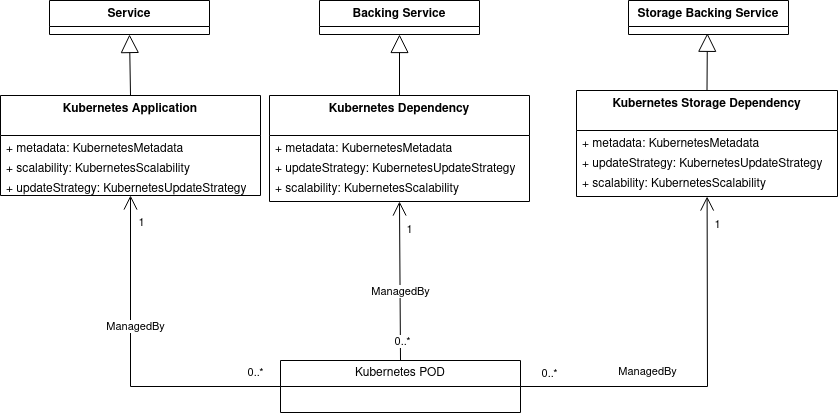
Above: cloud-native-tosca-profile/figures/cloud-template-kubernetes-specific-application-node-types.png in bl2-doutorado/artigo-sbqs-2025 (draw.io), before the change. Source tidied: cells renumbered, new cells last; positions are measured from the earlier drawing's top-left corner, leaving out a move shared by most shapes. Its diagram source:
```xml
<mxGraphModel>
  <root>
    <mxCell id="0" />
    <mxCell id="1" parent="0" />
    <mxCell id="2" value="&lt;div&gt;Service&lt;/div&gt;&lt;div&gt;&lt;br&gt;&lt;/div&gt;" style="swimlane;fontStyle=1;align=center;verticalAlign=top;horizontal=1;startSize=26;whiteSpace=wrap;html=1;" parent="1" vertex="1">
      <mxGeometry x="49" width="160" height="34" as="geometry" />
    </mxCell>
    <mxCell id="3" value="Storage Backing Service" style="swimlane;fontStyle=1;align=center;verticalAlign=top;horizontal=1;startSize=26;whiteSpace=wrap;html=1;" parent="1" vertex="1">
      <mxGeometry x="628" width="160" height="34" as="geometry" />
    </mxCell>
    <mxCell id="4" value="Backing Service" style="swimlane;fontStyle=1;align=center;verticalAlign=top;horizontal=1;startSize=26;whiteSpace=wrap;html=1;" parent="1" vertex="1">
      <mxGeometry x="319" width="160" height="34" as="geometry" />
    </mxCell>
    <mxCell id="5" value="&lt;div&gt;Kubernetes Application&lt;/div&gt;" style="swimlane;fontStyle=1;align=center;verticalAlign=top;horizontal=1;startSize=40;whiteSpace=wrap;html=1;" parent="1" vertex="1">
      <mxGeometry y="95" width="260" height="100" as="geometry" />
    </mxCell>
    <mxCell id="6" value="+ metadata: KubernetesMetadata" style="text;strokeColor=none;fillColor=none;align=left;verticalAlign=top;spacingLeft=4;spacingRight=4;overflow=hidden;whiteSpace=wrap;html=1;" parent="5" vertex="1">
      <mxGeometry y="40" width="260" height="20" as="geometry" />
    </mxCell>
    <mxCell id="7" value="+ scalability: KubernetesScalability" style="text;strokeColor=none;fillColor=none;align=left;verticalAlign=top;spacingLeft=4;spacingRight=4;overflow=hidden;whiteSpace=wrap;html=1;" parent="5" vertex="1">
      <mxGeometry y="60" width="260" height="20" as="geometry" />
    </mxCell>
    <mxCell id="8" value="+ updateStrategy: KubernetesUpdateStrategy" style="text;strokeColor=none;fillColor=none;align=left;verticalAlign=top;spacingLeft=4;spacingRight=4;overflow=hidden;whiteSpace=wrap;html=1;" parent="5" vertex="1">
      <mxGeometry y="80" width="260" height="20" as="geometry" />
    </mxCell>
    <mxCell id="9" style="endArrow=block;endSize=16;endFill=0;html=1;rounded=0;exitX=0.5;exitY=0;exitDx=0;exitDy=0;entryX=0.5;entryY=1;entryDx=0;entryDy=0;" parent="1" edge="1" source="5" target="2">
      <mxGeometry relative="1" as="geometry" />
    </mxCell>
    <mxCell id="10" value="&lt;div&gt;Kubernetes Dependency&lt;/div&gt;" style="swimlane;fontStyle=1;align=center;verticalAlign=top;horizontal=1;startSize=40;whiteSpace=wrap;html=1;" parent="1" vertex="1">
      <mxGeometry x="269" y="95" width="260" height="106" as="geometry" />
    </mxCell>
    <mxCell id="11" value="+ metadata: KubernetesMetadata" style="text;strokeColor=none;fillColor=none;align=left;verticalAlign=top;spacingLeft=4;spacingRight=4;overflow=hidden;whiteSpace=wrap;html=1;" parent="10" vertex="1">
      <mxGeometry y="40" width="260" height="20" as="geometry" />
    </mxCell>
    <mxCell id="12" value="+ updateStrategy: KubernetesUpdateStrategy" style="text;strokeColor=none;fillColor=none;align=left;verticalAlign=top;spacingLeft=4;spacingRight=4;overflow=hidden;whiteSpace=wrap;html=1;" parent="10" vertex="1">
      <mxGeometry y="60" width="260" height="20" as="geometry" />
    </mxCell>
    <mxCell id="13" value="+ scalability: KubernetesScalability" style="text;strokeColor=none;fillColor=none;align=left;verticalAlign=top;spacingLeft=4;spacingRight=4;overflow=hidden;whiteSpace=wrap;html=1;" parent="10" vertex="1">
      <mxGeometry y="80" width="260" height="26" as="geometry" />
    </mxCell>
    <mxCell id="14" style="endArrow=block;endSize=16;endFill=0;html=1;rounded=0;exitX=0.5;exitY=0;exitDx=0;exitDy=0;entryX=0.5;entryY=1;entryDx=0;entryDy=0;" parent="1" edge="1" source="10" target="4">
      <mxGeometry relative="1" as="geometry" />
    </mxCell>
    <mxCell id="15" value="&lt;div&gt;Kubernetes Storage Dependency&lt;/div&gt;" style="swimlane;fontStyle=1;align=center;verticalAlign=top;horizontal=1;startSize=40;whiteSpace=wrap;html=1;" parent="1" vertex="1">
      <mxGeometry x="576" y="90" width="261" height="106" as="geometry" />
    </mxCell>
    <mxCell id="16" value="+ metadata: KubernetesMetadata" style="text;strokeColor=none;fillColor=none;align=left;verticalAlign=top;spacingLeft=4;spacingRight=4;overflow=hidden;whiteSpace=wrap;html=1;" parent="15" vertex="1">
      <mxGeometry y="40" width="261" height="20" as="geometry" />
    </mxCell>
    <mxCell id="17" value="+ updateStrategy: KubernetesUpdateStrategy" style="text;strokeColor=none;fillColor=none;align=left;verticalAlign=top;spacingLeft=4;spacingRight=4;overflow=hidden;whiteSpace=wrap;html=1;" parent="15" vertex="1">
      <mxGeometry y="60" width="261" height="20" as="geometry" />
    </mxCell>
    <mxCell id="18" value="+ scalability: KubernetesScalability" style="text;strokeColor=none;fillColor=none;align=left;verticalAlign=top;spacingLeft=4;spacingRight=4;overflow=hidden;whiteSpace=wrap;html=1;" parent="15" vertex="1">
      <mxGeometry y="80" width="261" height="26" as="geometry" />
    </mxCell>
    <mxCell id="19" style="endArrow=block;endSize=16;endFill=0;html=1;rounded=0;exitX=0.5;exitY=0;exitDx=0;exitDy=0;entryX=0.493;entryY=0.85;entryDx=0;entryDy=0;entryPerimeter=0;" parent="1" edge="1" source="15">
      <mxGeometry relative="1" as="geometry">
        <mxPoint x="706.9" y="32.8" as="targetPoint" />
      </mxGeometry>
    </mxCell>
    <mxCell id="20" style="edgeStyle=orthogonalEdgeStyle;rounded=0;orthogonalLoop=1;jettySize=auto;html=1;exitX=0.5;exitY=1;exitDx=0;exitDy=0;" parent="1" edge="1" source="5" target="5">
      <mxGeometry relative="1" as="geometry" />
    </mxCell>
    <mxCell id="21" value="Kubernetes POD" style="swimlane;fontStyle=0;horizontal=1;startSize=26;fillColor=none;whiteSpace=wrap;html=1;" parent="1" vertex="1">
      <mxGeometry x="280" y="360" width="240" height="52" as="geometry" />
    </mxCell>
    <mxCell id="22" style="endArrow=open;endFill=1;endSize=12;html=1;rounded=0;exitX=0.5;exitY=0;exitDx=0;exitDy=0;entryX=0.5;entryY=1;entryDx=0;entryDy=0;" parent="1" edge="1" source="21" target="10">
      <mxGeometry relative="1" as="geometry" />
    </mxCell>
    <mxCell id="23" value="ManagedBy" style="edgeLabel;html=1;align=center;verticalAlign=middle;" parent="22" vertex="1">
      <mxGeometry x="-0.01" y="3" relative="1" as="geometry">
        <mxPoint x="2" y="8" as="offset" />
      </mxGeometry>
    </mxCell>
    <mxCell id="24" value="&lt;div&gt;0..*&lt;/div&gt;" style="edgeLabel;html=1;align=center;verticalAlign=middle;" parent="22" vertex="1">
      <mxGeometry x="-0.82" y="-1" relative="1" as="geometry">
        <mxPoint y="-6" as="offset" />
      </mxGeometry>
    </mxCell>
    <mxCell id="25" value="1" style="edgeLabel;html=1;align=center;verticalAlign=middle;" parent="22" vertex="1">
      <mxGeometry x="0.71" relative="1" as="geometry">
        <mxPoint x="9" y="4" as="offset" />
      </mxGeometry>
    </mxCell>
    <mxCell id="26" style="endArrow=open;endFill=1;endSize=12;html=1;rounded=0;exitX=0;exitY=0.5;exitDx=0;exitDy=0;entryX=0.5;entryY=1;entryDx=0;entryDy=0;" parent="1" edge="1" source="21" target="5">
      <mxGeometry relative="1" as="geometry">
        <Array as="points">
          <mxPoint x="130" y="386" />
        </Array>
      </mxGeometry>
    </mxCell>
    <mxCell id="27" value="ManagedBy" style="edgeLabel;html=1;align=center;verticalAlign=middle;" parent="26" vertex="1">
      <mxGeometry x="0.24" y="-4" relative="1" as="geometry">
        <mxPoint y="1" as="offset" />
      </mxGeometry>
    </mxCell>
    <mxCell id="28" value="1" style="edgeLabel;html=1;align=center;verticalAlign=middle;" parent="26" vertex="1">
      <mxGeometry x="0.85" relative="1" as="geometry">
        <mxPoint x="10" y="1" as="offset" />
      </mxGeometry>
    </mxCell>
    <mxCell id="29" value="&lt;div&gt;0..*&lt;/div&gt;" style="edgeLabel;html=1;align=center;verticalAlign=middle;" parent="26" vertex="1">
      <mxGeometry x="-0.81" y="-5" relative="1" as="geometry">
        <mxPoint x="6" y="-10" as="offset" />
      </mxGeometry>
    </mxCell>
    <mxCell id="30" style="endArrow=open;endFill=1;endSize=12;html=1;rounded=0;exitX=1;exitY=0.5;exitDx=0;exitDy=0;" parent="1" edge="1" source="21" target="15">
      <mxGeometry relative="1" as="geometry">
        <Array as="points">
          <mxPoint x="707" y="386" />
        </Array>
      </mxGeometry>
    </mxCell>
    <mxCell id="31" value="ManagedBy" style="edgeLabel;html=1;align=center;verticalAlign=middle;" parent="30" vertex="1">
      <mxGeometry x="-0.33" y="-3" relative="1" as="geometry">
        <mxPoint y="-19" as="offset" />
      </mxGeometry>
    </mxCell>
    <mxCell id="32" value="1" style="edgeLabel;html=1;align=center;verticalAlign=middle;" parent="30" vertex="1">
      <mxGeometry x="0.86" y="-9" relative="1" as="geometry" />
    </mxCell>
    <mxCell id="33" value="&lt;div&gt;0..*&lt;/div&gt;" style="edgeLabel;html=1;align=center;verticalAlign=middle;" parent="30" vertex="1">
      <mxGeometry x="-0.85" y="5" relative="1" as="geometry">
        <mxPoint y="-9" as="offset" />
      </mxGeometry>
    </mxCell>
  </root>
</mxGraphModel>
```
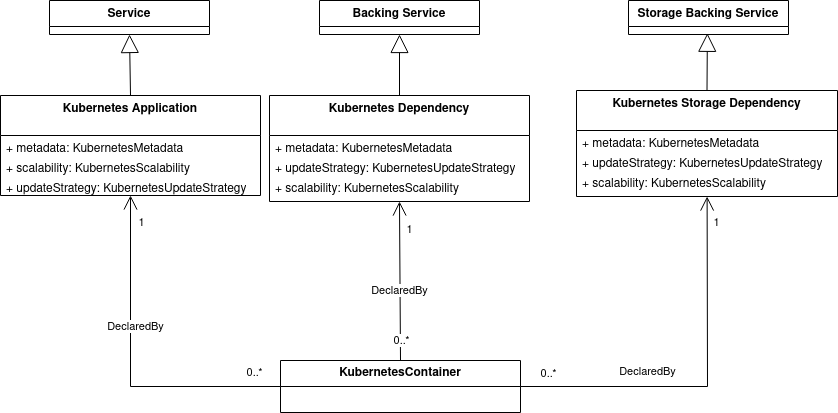
After the commit.

Change to the diagram source:
```diff
@@ -61,13 +61,13 @@
     <mxCell id="20" style="edgeStyle=orthogonalEdgeStyle;rounded=0;orthogonalLoop=1;jettySize=auto;html=1;exitX=0.5;exitY=1;exitDx=0;exitDy=0;" parent="1" edge="1" source="5" target="5">
       <mxGeometry relative="1" as="geometry" />
     </mxCell>
-    <mxCell id="21" value="Kubernetes POD" style="swimlane;fontStyle=0;horizontal=1;startSize=26;fillColor=none;whiteSpace=wrap;html=1;" parent="1" vertex="1">
+    <mxCell id="21" value="&lt;b&gt;KubernetesContainer&lt;/b&gt;" style="swimlane;fontStyle=0;horizontal=1;startSize=26;fillColor=none;whiteSpace=wrap;html=1;" parent="1" vertex="1">
       <mxGeometry x="280" y="360" width="240" height="52" as="geometry" />
     </mxCell>
     <mxCell id="22" style="endArrow=open;endFill=1;endSize=12;html=1;rounded=0;exitX=0.5;exitY=0;exitDx=0;exitDy=0;entryX=0.5;entryY=1;entryDx=0;entryDy=0;" parent="1" edge="1" source="21" target="10">
       <mxGeometry relative="1" as="geometry" />
     </mxCell>
-    <mxCell id="23" value="ManagedBy" style="edgeLabel;html=1;align=center;verticalAlign=middle;" parent="22" vertex="1">
+    <mxCell id="23" value="DeclaredBy" style="edgeLabel;html=1;align=center;verticalAlign=middle;" parent="22" vertex="1">
       <mxGeometry x="-0.01" y="3" relative="1" as="geometry">
         <mxPoint x="2" y="8" as="offset" />
       </mxGeometry>
@@ -89,7 +89,7 @@
         </Array>
       </mxGeometry>
     </mxCell>
-    <mxCell id="27" value="ManagedBy" style="edgeLabel;html=1;align=center;verticalAlign=middle;" parent="26" vertex="1">
+    <mxCell id="27" value="DeclaredBy" style="edgeLabel;html=1;align=center;verticalAlign=middle;" parent="26" vertex="1">
       <mxGeometry x="0.24" y="-4" relative="1" as="geometry">
         <mxPoint y="1" as="offset" />
       </mxGeometry>
@@ -111,7 +111,7 @@
         </Array>
       </mxGeometry>
     </mxCell>
-    <mxCell id="31" value="ManagedBy" style="edgeLabel;html=1;align=center;verticalAlign=middle;" parent="30" vertex="1">
+    <mxCell id="31" value="DeclaredBy" style="edgeLabel;html=1;align=center;verticalAlign=middle;" parent="30" vertex="1">
       <mxGeometry x="-0.33" y="-3" relative="1" as="geometry">
         <mxPoint y="-19" as="offset" />
       </mxGeometry>
```
